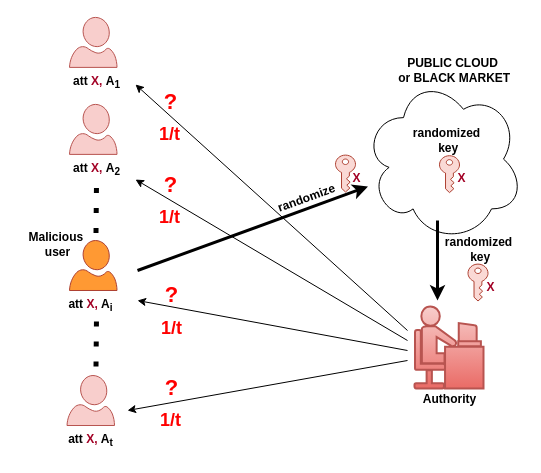
huyle84/diagrams keeps this draw.io diagram as AKL.drawio. Above is the earlier version. Source tidied: cells renumbered, new cells numbered last; positions are measured from the earlier drawing's top-left corner, leaving out a move shared by most shapes. Both pictures are drawn from the tidied source at 100%, with x=0, y=0 at pixel (17, 17).
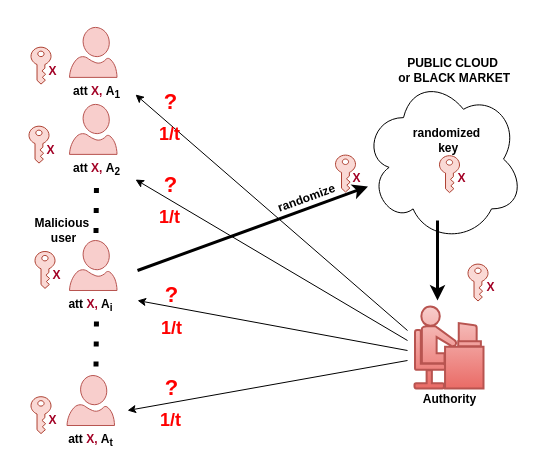
The same diagram, later.

Diff of the diagram source:
```diff
@@
     <mxCell id="3" style="verticalLabelPosition=bottom;html=1;verticalAlign=top;align=center;strokeColor=#b85450;fillColor=#f8cecc;shape=mxgraph.azure.user;" parent="1" vertex="1">
-      <mxGeometry x="52" y="-0.1" width="47.5" height="50" as="geometry" />
+      <mxGeometry x="52" y="9.9" width="47.5" height="50" as="geometry" />
     </mxCell>
-    <mxCell id="4" style="verticalLabelPosition=bottom;html=1;verticalAlign=top;align=center;strokeColor=#ae4132;fillColor=#FF9933;shape=mxgraph.azure.user;" parent="1" vertex="1">
+    <mxCell id="4" style="verticalLabelPosition=bottom;html=1;verticalAlign=top;align=center;strokeColor=#b85450;fillColor=#f8cecc;shape=mxgraph.azure.user;" parent="1" vertex="1">
       <mxGeometry x="52" y="223" width="47.5" height="50" as="geometry" />
     </mxCell>
@@
     <mxCell id="6" value="att&amp;nbsp;&lt;font color=&quot;#a20025&quot;&gt;X,&lt;/font&gt;&amp;nbsp;A&lt;sub&gt;1&lt;/sub&gt;" style="text;html=1;align=center;verticalAlign=middle;points=[];strokeColor=none;fillColor=none;fontStyle=1;" parent="1" vertex="1">
-      <mxGeometry x="44" y="49.9" width="70" height="30" as="geometry" />
+      <mxGeometry x="44" y="59.9" width="70" height="30" as="geometry" />
     </mxCell>
@@
     <mxCell id="16" value="Malicious&amp;nbsp;&lt;div&gt;&lt;div&gt;user&lt;/div&gt;&lt;/div&gt;" style="text;html=1;align=center;verticalAlign=middle;strokeColor=none;fillColor=none;fontStyle=1;" parent="1" vertex="1">
-      <mxGeometry y="206.6" width="80" height="40" as="geometry" />
+      <mxGeometry x="5.5" y="193" width="80" height="40" as="geometry" />
     </mxCell>
@@
-    <mxCell id="30" value="randomized&lt;div&gt;&amp;nbsp;key&lt;/div&gt;" style="text;html=1;align=center;verticalAlign=middle;strokeColor=none;fillColor=none;fontStyle=1;" parent="1" vertex="1">
-      <mxGeometry x="416" y="212" width="90" height="40" as="geometry" />
-    </mxCell>
@@
+    <mxCell id="40" style="sketch=0;shadow=0;dashed=0;html=1;strokeColor=#ae4132;labelPosition=center;verticalLabelPosition=bottom;verticalAlign=top;align=center;shape=mxgraph.office.security.key_permissions;fillColor=#fad9d5;rotation=0;" parent="1" vertex="1">
+      <mxGeometry x="13.5" y="379.2" width="20" height="36.9" as="geometry" />
+    </mxCell>
+    <mxCell id="41" value="&lt;font color=&quot;#a20025&quot;&gt;X&lt;/font&gt;" style="text;html=1;align=center;verticalAlign=middle;strokeColor=none;fillColor=none;fontStyle=1;" parent="1" vertex="1">
+      <mxGeometry x="19.5" y="388" width="30" height="30" as="geometry" />
+    </mxCell>
+    <mxCell id="42" style="sketch=0;shadow=0;dashed=0;html=1;strokeColor=#ae4132;labelPosition=center;verticalLabelPosition=bottom;verticalAlign=top;align=center;shape=mxgraph.office.security.key_permissions;fillColor=#fad9d5;rotation=0;" parent="1" vertex="1">
+      <mxGeometry x="17.5" y="234" width="20" height="36.9" as="geometry" />
+    </mxCell>
+    <mxCell id="43" value="&lt;font color=&quot;#a20025&quot;&gt;X&lt;/font&gt;" style="text;html=1;align=center;verticalAlign=middle;strokeColor=none;fillColor=none;fontStyle=1;" parent="1" vertex="1">
+      <mxGeometry x="23.5" y="242.9" width="30" height="30" as="geometry" />
+    </mxCell>
+    <mxCell id="44" style="sketch=0;shadow=0;dashed=0;html=1;strokeColor=#ae4132;labelPosition=center;verticalLabelPosition=bottom;verticalAlign=top;align=center;shape=mxgraph.office.security.key_permissions;fillColor=#fad9d5;rotation=0;" parent="1" vertex="1">
+      <mxGeometry x="11.5" y="108.7" width="20" height="36.9" as="geometry" />
+    </mxCell>
+    <mxCell id="45" value="&lt;font color=&quot;#a20025&quot;&gt;X&lt;/font&gt;" style="text;html=1;align=center;verticalAlign=middle;strokeColor=none;fillColor=none;fontStyle=1;" parent="1" vertex="1">
+      <mxGeometry x="17.5" y="117.5" width="30" height="30" as="geometry" />
+    </mxCell>
+    <mxCell id="46" style="sketch=0;shadow=0;dashed=0;html=1;strokeColor=#ae4132;labelPosition=center;verticalLabelPosition=bottom;verticalAlign=top;align=center;shape=mxgraph.office.security.key_permissions;fillColor=#fad9d5;rotation=0;" parent="1" vertex="1">
+      <mxGeometry x="13.5" y="29.7" width="20" height="36.9" as="geometry" />
+    </mxCell>
+    <mxCell id="47" value="&lt;font color=&quot;#a20025&quot;&gt;X&lt;/font&gt;" style="text;html=1;align=center;verticalAlign=middle;strokeColor=none;fillColor=none;fontStyle=1;" parent="1" vertex="1">
+      <mxGeometry x="19.5" y="38.6" width="30" height="30" as="geometry" />
+    </mxCell>
```
